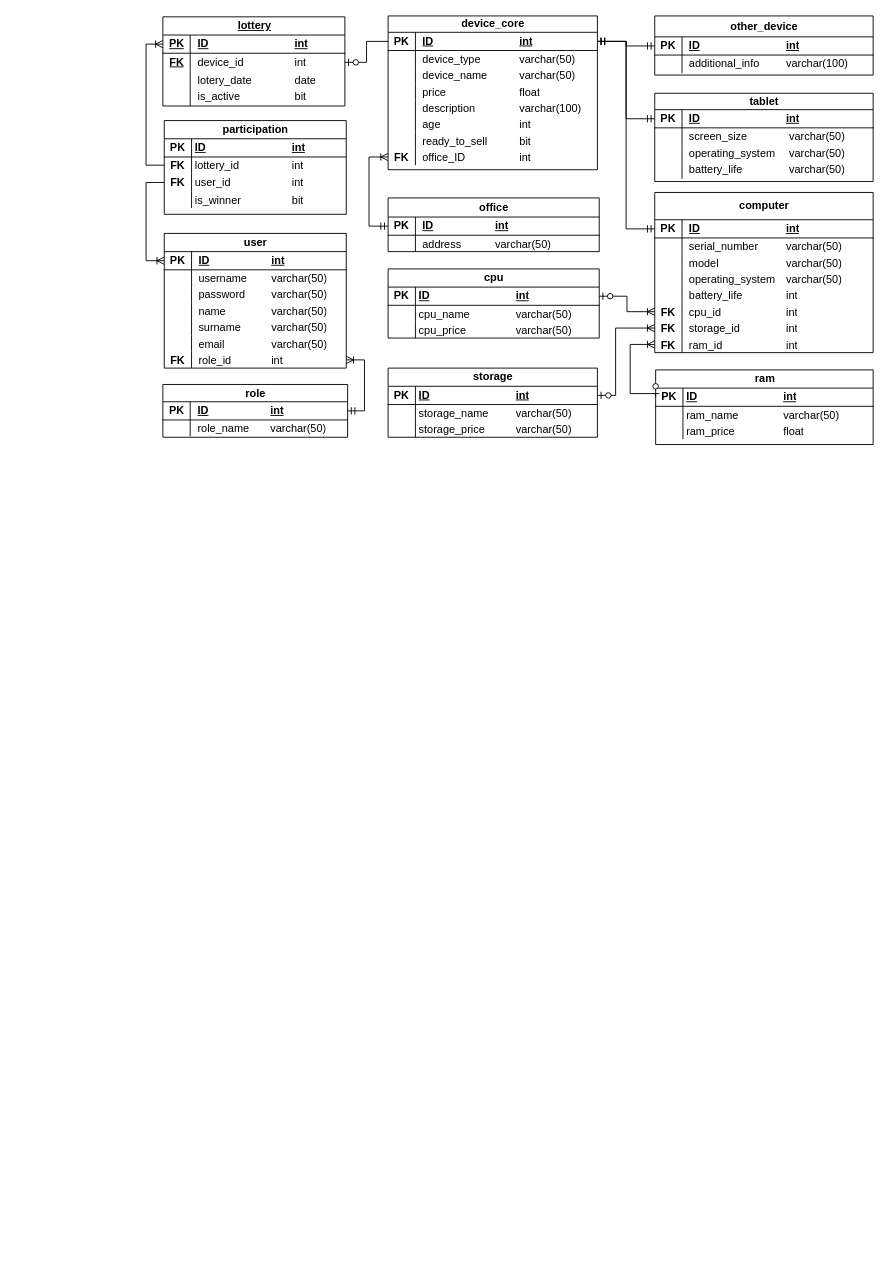
Maurycjo/Praca-dyplomowa keeps this draw.io diagram as Diagrams/ER_Diagramv2.drawio. Above is the earlier version. Source tidied: cells renumbered, new cells numbered last; positions are measured from the earlier drawing's top-left corner, leaving out a move shared by most shapes. Both pictures are drawn from the tidied source at 91%, with x=0, y=0 at pixel (15, 15).
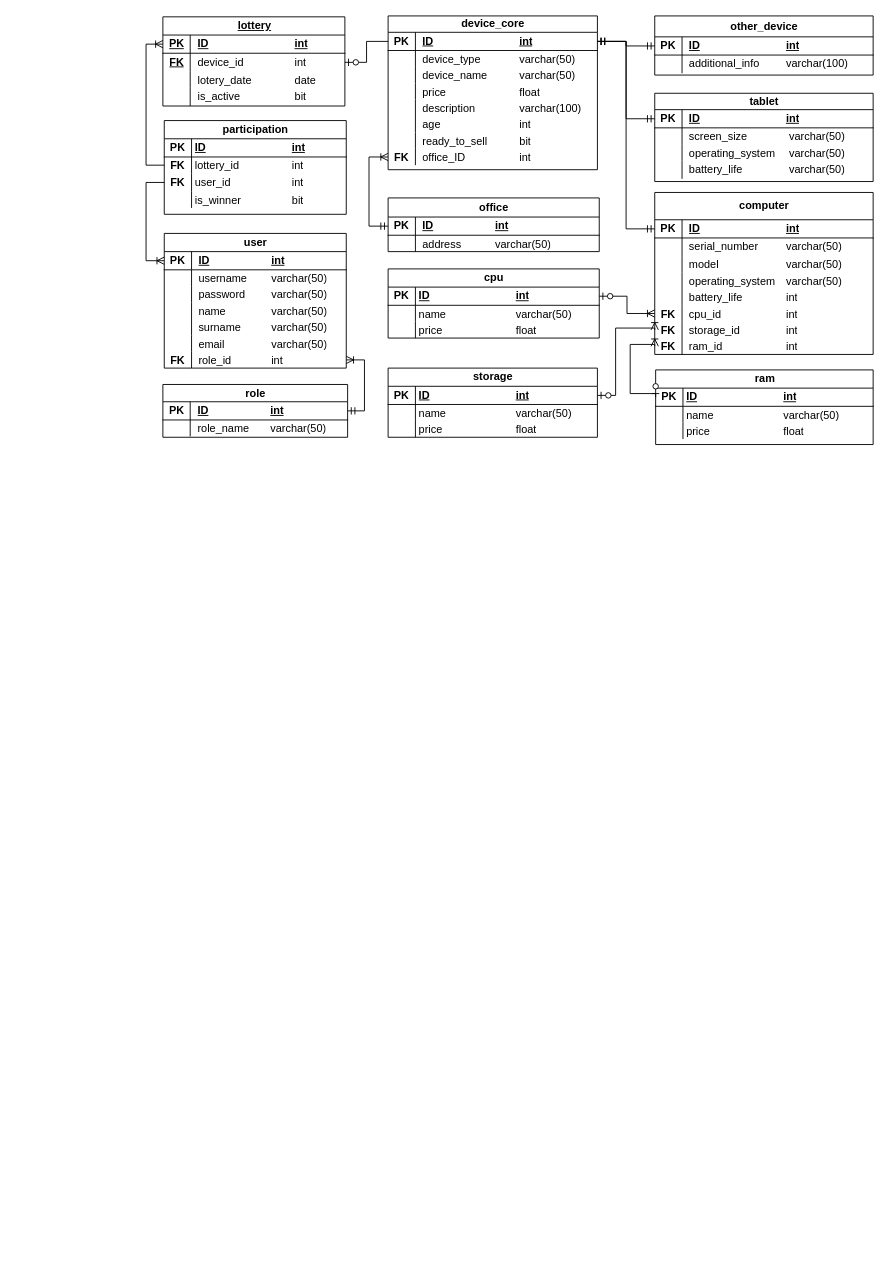
The same page after the edit.

The change refers to these unchanged cells:
```xml
<mxCell id="31" style="shape=tableRow;horizontal=0;startSize=0;swimlaneHead=0;swimlaneBody=0;fillColor=none;top=0;left=0;right=0;bottom=0;" parent="27" vertex="1">
  <mxGeometry y="40" width="230" height="18" as="geometry" />
</mxCell>
<mxCell id="34" style="shape=tableRow;horizontal=0;startSize=0;swimlaneHead=0;swimlaneBody=0;fillColor=none;top=0;left=0;right=0;bottom=0;" parent="27" vertex="1">
  <mxGeometry y="58" width="230" height="18" as="geometry" />
</mxCell>
<mxCell id="41" style="shape=tableRow;horizontal=0;startSize=0;swimlaneHead=0;swimlaneBody=0;fillColor=none;top=0;left=0;right=0;bottom=0;" parent="37" vertex="1">
  <mxGeometry y="40" width="239" height="18" as="geometry" />
</mxCell>
<mxCell id="44" style="shape=tableRow;horizontal=0;startSize=0;swimlaneHead=0;swimlaneBody=0;fillColor=none;top=0;left=0;right=0;bottom=0;" parent="37" vertex="1">
  <mxGeometry y="58" width="239" height="18" as="geometry" />
</mxCell>
<mxCell id="111" style="shape=tableRow;horizontal=0;startSize=0;swimlaneHead=0;swimlaneBody=0;fillColor=none;top=0;left=0;right=0;bottom=0;" parent="107" vertex="1">
  <mxGeometry y="40" width="232" height="18" as="geometry" />
</mxCell>
<mxCell id="114" style="shape=tableRow;horizontal=0;startSize=0;swimlaneHead=0;swimlaneBody=0;fillColor=none;top=0;left=0;right=0;bottom=0;" parent="107" vertex="1">
  <mxGeometry y="58" width="232" height="18" as="geometry" />
</mxCell>
```

What changed in the source:
```diff
@@
-    <mxCell id="33" value="storage_name&lt;span style=&quot;white-space: pre;&quot;&gt;&#9;&lt;span style=&quot;white-space: pre;&quot;&gt;&#9;&lt;/span&gt;&lt;/span&gt;varchar(50)" style="shape=partialRectangle;fillColor=none;top=0;left=0;bottom=0;right=0;align=left;spacingLeft=2;overflow=hidden;whiteSpace=wrap;html=1;" parent="31" vertex="1">
+    <mxCell id="33" value="name&lt;span style=&quot;white-space: pre;&quot;&gt;&#9;&lt;span style=&quot;white-space: pre;&quot;&gt;&#9;&lt;span style=&quot;white-space: pre;&quot;&gt;&#9;&lt;/span&gt;&lt;/span&gt;&lt;/span&gt;varchar(50)" style="shape=partialRectangle;fillColor=none;top=0;left=0;bottom=0;right=0;align=left;spacingLeft=2;overflow=hidden;whiteSpace=wrap;html=1;" parent="31" vertex="1">
       <mxGeometry x="30" width="200" height="18" as="geometry" />
     </mxCell>
@@
-    <mxCell id="36" value="storage_price&lt;span style=&quot;white-space: pre;&quot;&gt;&#9;&lt;span style=&quot;white-space: pre;&quot;&gt;&#9;&lt;/span&gt;&lt;/span&gt;varchar(50)" style="shape=partialRectangle;fillColor=none;top=0;left=0;bottom=0;right=0;align=left;spacingLeft=2;overflow=hidden;whiteSpace=wrap;html=1;" parent="34" vertex="1">
+    <mxCell id="36" value="price&lt;span style=&quot;white-space: pre;&quot;&gt;&#9;&lt;/span&gt;&lt;span style=&quot;white-space: pre;&quot;&gt;&#9;&lt;span style=&quot;white-space: pre;&quot;&gt;&#9;&lt;/span&gt;&lt;/span&gt;float" style="shape=partialRectangle;fillColor=none;top=0;left=0;bottom=0;right=0;align=left;spacingLeft=2;overflow=hidden;whiteSpace=wrap;html=1;" parent="34" vertex="1">
       <mxGeometry x="30" width="200" height="18" as="geometry" />
     </mxCell>
@@
-    <mxCell id="43" value="ram_name&lt;span style=&quot;white-space: pre;&quot;&gt;&#9;&lt;span style=&quot;white-space: pre;&quot;&gt;&#9;&lt;/span&gt;&lt;/span&gt;varchar(50)" style="shape=partialRectangle;fillColor=none;top=0;left=0;bottom=0;right=0;align=left;spacingLeft=2;overflow=hidden;whiteSpace=wrap;html=1;" parent="41" vertex="1">
+    <mxCell id="43" value="name&lt;span style=&quot;white-space: pre;&quot;&gt;&#9;&lt;span style=&quot;white-space: pre;&quot;&gt;&#9;&lt;span style=&quot;white-space: pre;&quot;&gt;&#9;&lt;/span&gt;&lt;/span&gt;&lt;/span&gt;varchar(50)" style="shape=partialRectangle;fillColor=none;top=0;left=0;bottom=0;right=0;align=left;spacingLeft=2;overflow=hidden;whiteSpace=wrap;html=1;" parent="41" vertex="1">
       <mxGeometry x="30" width="209" height="18" as="geometry" />
     </mxCell>
@@
-    <mxCell id="46" value="ram_price&lt;span style=&quot;white-space: pre;&quot;&gt;&#9;&lt;span style=&quot;white-space: pre;&quot;&gt;&#9;&lt;/span&gt;&lt;/span&gt;float" style="shape=partialRectangle;fillColor=none;top=0;left=0;bottom=0;right=0;align=left;spacingLeft=2;overflow=hidden;whiteSpace=wrap;html=1;" parent="44" vertex="1">
+    <mxCell id="46" value="price&lt;span style=&quot;white-space: pre;&quot;&gt;&#9;&lt;span style=&quot;white-space: pre;&quot;&gt;&#9;&lt;span style=&quot;white-space: pre;&quot;&gt;&#9;&lt;/span&gt;&lt;/span&gt;&lt;/span&gt;float" style="shape=partialRectangle;fillColor=none;top=0;left=0;bottom=0;right=0;align=left;spacingLeft=2;overflow=hidden;whiteSpace=wrap;html=1;" parent="44" vertex="1">
       <mxGeometry x="30" width="209" height="18" as="geometry" />
     </mxCell>
@@
     <mxCell id="82" value="computer" style="shape=table;startSize=30;childLayout=tableLayout;rowLines=0;fontStyle=1;align=center;html=1;" parent="1" vertex="1">
-      <mxGeometry x="702" y="194" width="240" height="176" as="geometry" />
+      <mxGeometry x="702" y="194" width="240" height="178" as="geometry" />
     </mxCell>
@@
     <mxCell id="86" style="shape=tableRow;horizontal=0;startSize=0;swimlaneHead=0;swimlaneBody=0;fillColor=none;top=0;left=0;right=0;bottom=0;" parent="82" vertex="1">
-      <mxGeometry y="50" width="240" height="18" as="geometry" />
+      <mxGeometry y="50" width="240" height="20" as="geometry" />
     </mxCell>
     <mxCell id="87" style="shape=partialRectangle;fillColor=none;top=0;left=0;bottom=0;right=0;overflow=hidden;whiteSpace=wrap;html=1;" parent="86" vertex="1">
-      <mxGeometry width="30" height="18" as="geometry" />
+      <mxGeometry width="30" height="20" as="geometry" />
     </mxCell>
     <mxCell id="88" value="serial_number &lt;span style=&quot;white-space: pre;&quot;&gt;&#9;&lt;/span&gt;varchar(50)" style="shape=partialRectangle;fillColor=none;top=0;left=0;bottom=0;right=0;align=left;spacingLeft=6;overflow=hidden;whiteSpace=wrap;html=1;" parent="86" vertex="1">
-      <mxGeometry x="30" width="210" height="18" as="geometry" />
+      <mxGeometry x="30" width="210" height="20" as="geometry" />
     </mxCell>
     <mxCell id="89" style="shape=tableRow;horizontal=0;startSize=0;swimlaneHead=0;swimlaneBody=0;fillColor=none;top=0;left=0;right=0;bottom=0;" parent="82" vertex="1">
-      <mxGeometry y="68" width="240" height="18" as="geometry" />
+      <mxGeometry y="70" width="240" height="18" as="geometry" />
     </mxCell>
@@
     <mxCell id="92" style="shape=tableRow;horizontal=0;startSize=0;swimlaneHead=0;swimlaneBody=0;fillColor=none;top=0;left=0;right=0;bottom=0;" parent="82" vertex="1">
-      <mxGeometry y="86" width="240" height="18" as="geometry" />
+      <mxGeometry y="88" width="240" height="18" as="geometry" />
     </mxCell>
@@
     <mxCell id="95" style="shape=tableRow;horizontal=0;startSize=0;swimlaneHead=0;swimlaneBody=0;fillColor=none;top=0;left=0;right=0;bottom=0;" parent="82" vertex="1">
-      <mxGeometry y="104" width="240" height="18" as="geometry" />
+      <mxGeometry y="106" width="240" height="18" as="geometry" />
     </mxCell>
@@
     <mxCell id="98" style="shape=tableRow;horizontal=0;startSize=0;swimlaneHead=0;swimlaneBody=0;fillColor=none;points=[[0,0.5],[1,0.5]];portConstraint=eastwest;top=0;left=0;right=0;bottom=0;" parent="82" vertex="1">
-      <mxGeometry y="122" width="240" height="18" as="geometry" />
+      <mxGeometry y="124" width="240" height="18" as="geometry" />
     </mxCell>
@@
     <mxCell id="101" style="shape=tableRow;horizontal=0;startSize=0;swimlaneHead=0;swimlaneBody=0;fillColor=none;points=[[0,0.5],[1,0.5]];portConstraint=eastwest;top=0;left=0;right=0;bottom=0;" parent="82" vertex="1">
-      <mxGeometry y="140" width="240" height="18" as="geometry" />
+      <mxGeometry y="142" width="240" height="18" as="geometry" />
     </mxCell>
@@
     <mxCell id="104" style="shape=tableRow;horizontal=0;startSize=0;swimlaneHead=0;swimlaneBody=0;fillColor=none;points=[[0,0.5],[1,0.5]];portConstraint=eastwest;top=0;left=0;right=0;bottom=0;" parent="82" vertex="1">
-      <mxGeometry y="158" width="240" height="18" as="geometry" />
+      <mxGeometry y="160" width="240" height="18" as="geometry" />
     </mxCell>
@@
-    <mxCell id="113" value="cpu_name&lt;span style=&quot;white-space: pre;&quot;&gt;&lt;span style=&quot;white-space: pre;&quot;&gt;&#9;&lt;span style=&quot;white-space: pre;&quot;&gt;&#9;&lt;/span&gt;&lt;/span&gt;&lt;/span&gt;varchar(50)" style="shape=partialRectangle;fillColor=none;top=0;left=0;bottom=0;right=0;align=left;spacingLeft=2;overflow=hidden;whiteSpace=wrap;html=1;" parent="111" vertex="1">
+    <mxCell id="113" value="name&lt;span style=&quot;white-space: pre;&quot;&gt;&lt;span style=&quot;white-space: pre;&quot;&gt;&#9;&lt;span style=&quot;white-space: pre;&quot;&gt;&#9;&lt;/span&gt;&lt;span style=&quot;white-space: pre;&quot;&gt;&#9;&lt;/span&gt;&lt;/span&gt;&lt;/span&gt;varchar(50)" style="shape=partialRectangle;fillColor=none;top=0;left=0;bottom=0;right=0;align=left;spacingLeft=2;overflow=hidden;whiteSpace=wrap;html=1;" parent="111" vertex="1">
       <mxGeometry x="30" width="202" height="18" as="geometry" />
     </mxCell>
@@
-    <mxCell id="116" value="cpu_price&lt;span style=&quot;white-space: pre;&quot;&gt;&#9;&lt;span style=&quot;white-space: pre;&quot;&gt;&#9;&lt;/span&gt;&lt;/span&gt;varchar(50)" style="shape=partialRectangle;fillColor=none;top=0;left=0;bottom=0;right=0;align=left;spacingLeft=2;overflow=hidden;whiteSpace=wrap;html=1;" parent="114" vertex="1">
+    <mxCell id="116" value="price&lt;span style=&quot;white-space: pre;&quot;&gt;&#9;&lt;span style=&quot;white-space: pre;&quot;&gt;&#9;&lt;/span&gt;&lt;span style=&quot;white-space: pre;&quot;&gt;&#9;&lt;/span&gt;&lt;/span&gt;float" style="shape=partialRectangle;fillColor=none;top=0;left=0;bottom=0;right=0;align=left;spacingLeft=2;overflow=hidden;whiteSpace=wrap;html=1;" parent="114" vertex="1">
       <mxGeometry x="30" width="202" height="18" as="geometry" />
     </mxCell>
```
